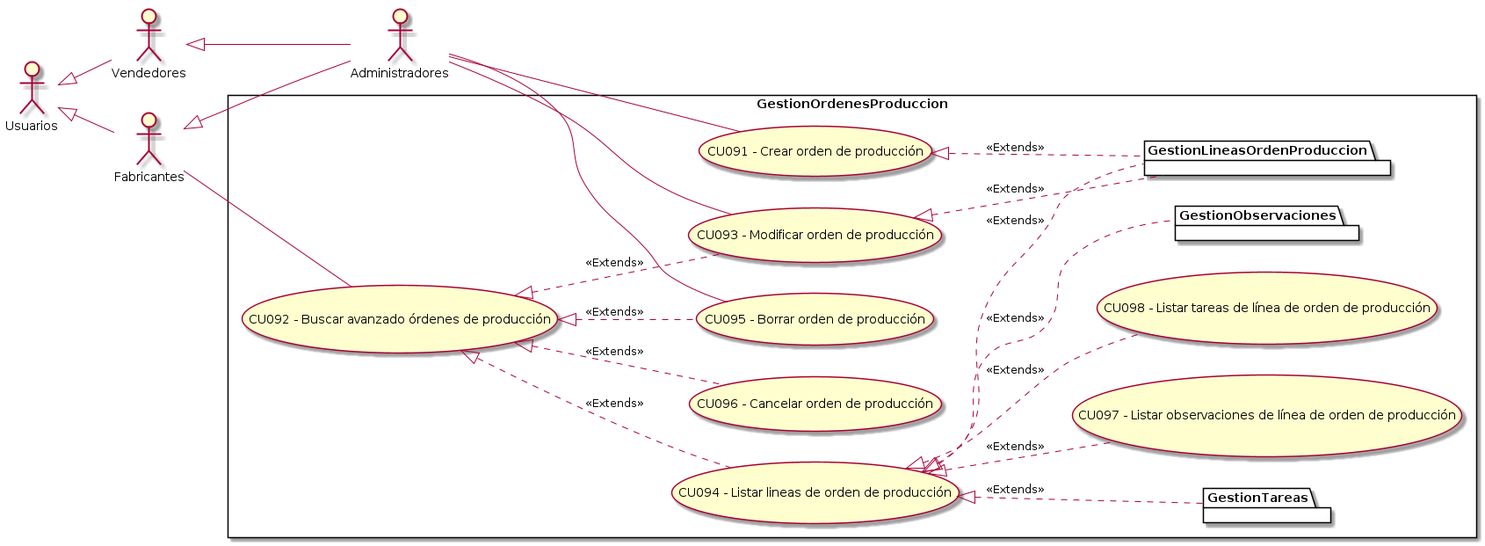
ZMGestion/DocumentacionZMGestion keeps this PlantUML diagram as Informe Final/Imagenes/ModeladoDeCasosDeUso/DiagramaDeCasosDeUso/GestionOrdenesProduccion.png. Above is the earlier version.
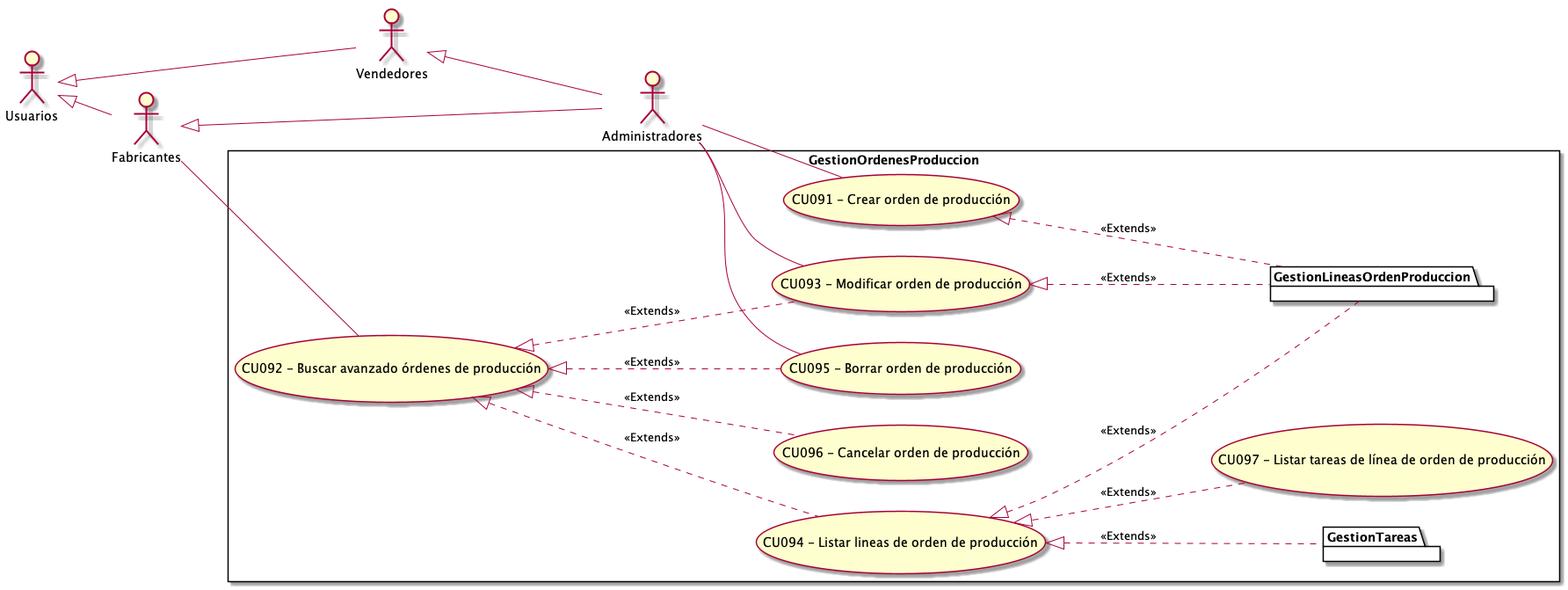
After the commit.

Change to the diagram source:
```diff
@@ -19,12 +19,10 @@
     UseCase "CU094 - Listar lineas de orden de producción" as ListarLineas
     UseCase "CU095 - Borrar orden de producción" as B
     UseCase "CU096 - Cancelar orden de producción" as Cancelar
-    UseCase "CU097 - Listar observaciones de línea de orden de producción" as ListarObservaciones
-    UseCase "CU098 - Listar tareas de línea de orden de producción" as ListarTareas
+    UseCase "CU097 - Listar tareas de línea de orden de producción" as ListarTareas
     package GestionLineasOrdenProduccion{
     }
-    package GestionObservaciones{
-    }
+
     package GestionTareas{
     }
 
@@ -32,12 +30,10 @@
     BA <|.. B : <<Extends>>
     BA <|.. ListarLineas : <<Extends>>
     BA <|.. Cancelar : <<Extends>>
-    ListarLineas <|.. ListarObservaciones : <<Extends>>
     ListarLineas <|.. ListarTareas : <<Extends>>
     C <|.. GestionLineasOrdenProduccion : <<Extends>>
     M <|.. GestionLineasOrdenProduccion : <<Extends>>
     ListarLineas <|.. GestionLineasOrdenProduccion : <<Extends>>
-    ListarLineas <|.. GestionObservaciones : <<Extends>>
     ListarLineas <|.. GestionTareas : <<Extends>>
 }
     Administradores -- C
```
